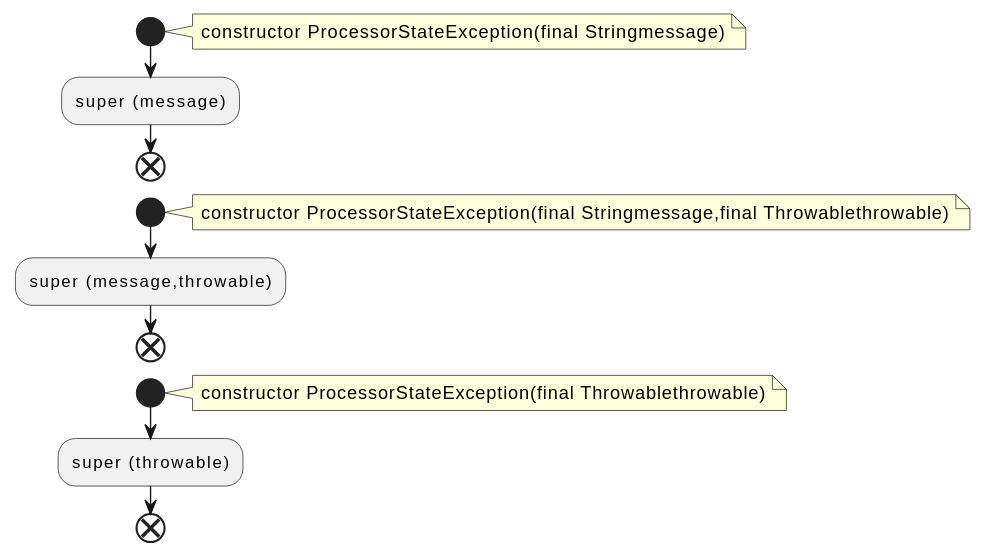
The PlantUML diagram docs/qc/streams/src/main/java/org/apache/kafka/streams/errors/ProcessorStateException.java.fct.svg in qualitesys/kafka, before a commit. Its diagram source:
```plantuml
@startuml
!pragma layout smetana
start
note right
constructor ProcessorStateException(final Stringmessage)
end note
:super (message);
end
start
note right
constructor ProcessorStateException(final Stringmessage,final Throwablethrowable)
end note
:super (message,throwable);
end
start
note right
constructor ProcessorStateException(final Throwablethrowable)
end note
:super (throwable);
end
@enduml
```
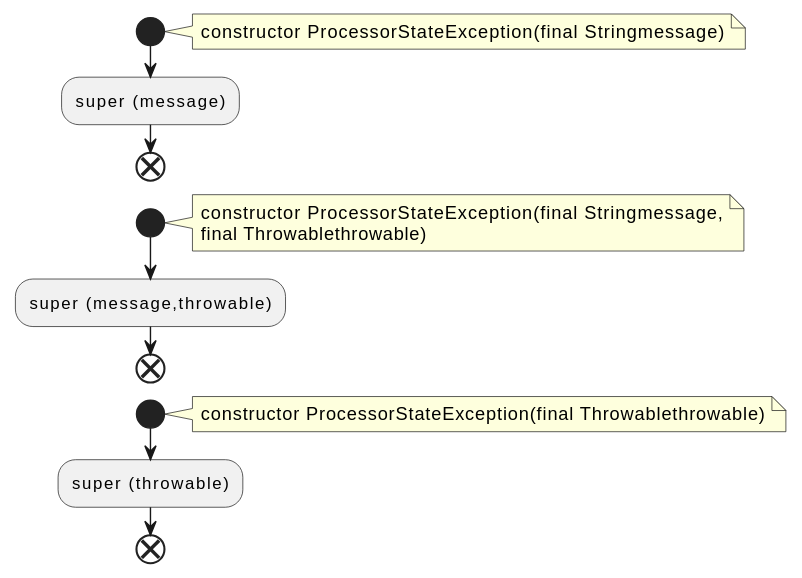
Later version of the same file.

Diff of the diagram source:
```diff
@@ -8,7 +8,8 @@
 end
 start
 note right
-constructor ProcessorStateException(final Stringmessage,final Throwablethrowable)
+constructor ProcessorStateException(final Stringmessage,
+final Throwablethrowable)
 end note
 :super (message,throwable);
 end
```
